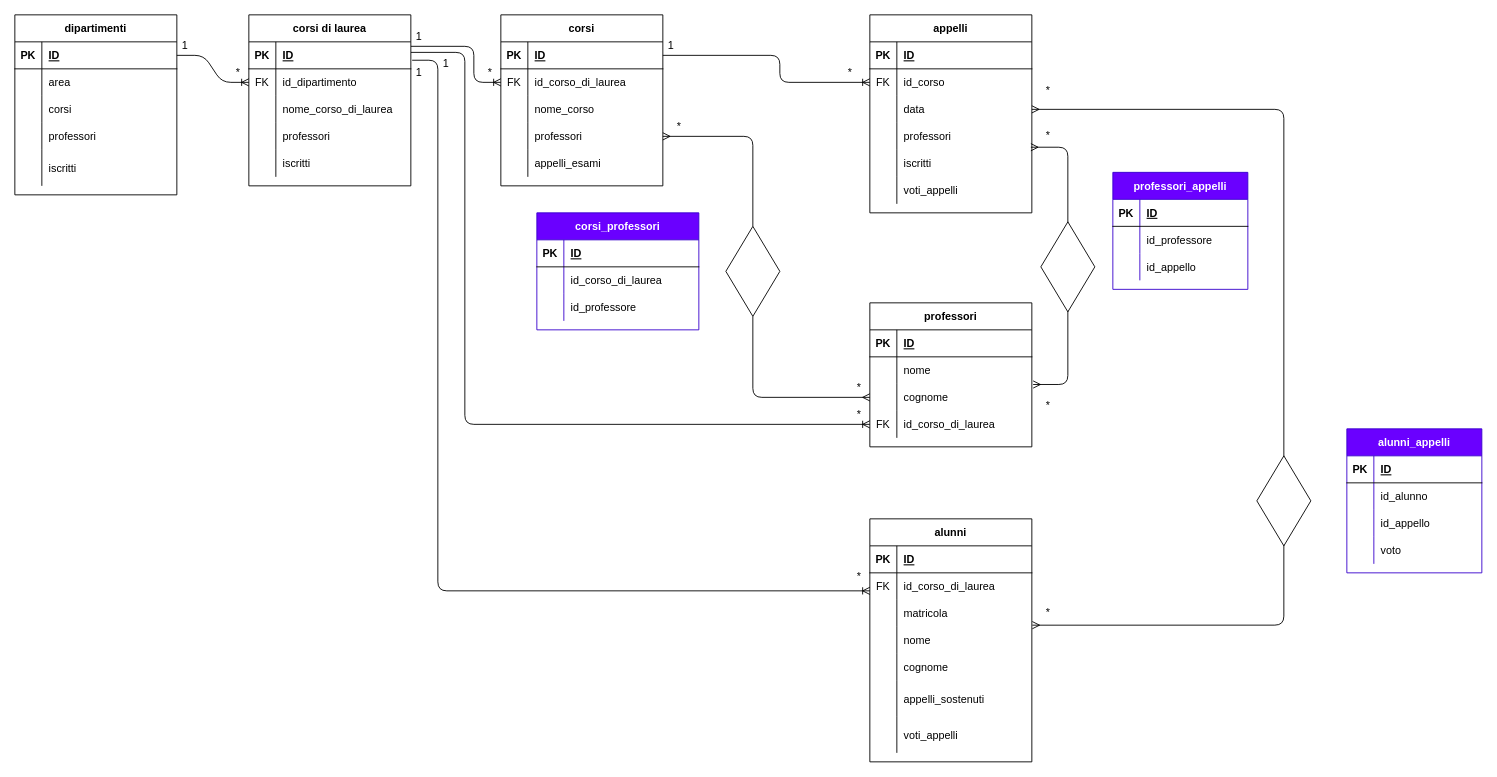
Mattia-Fasulo/db-university keeps this draw.io diagram as bd-university.drawio. Above is the earlier version. Source tidied: cells renumbered, new cells numbered last; positions are measured from the earlier drawing's top-left corner, leaving out a move shared by most shapes. Both pictures are drawn from the tidied source at 90%, with x=0, y=0 at pixel (14, 14).
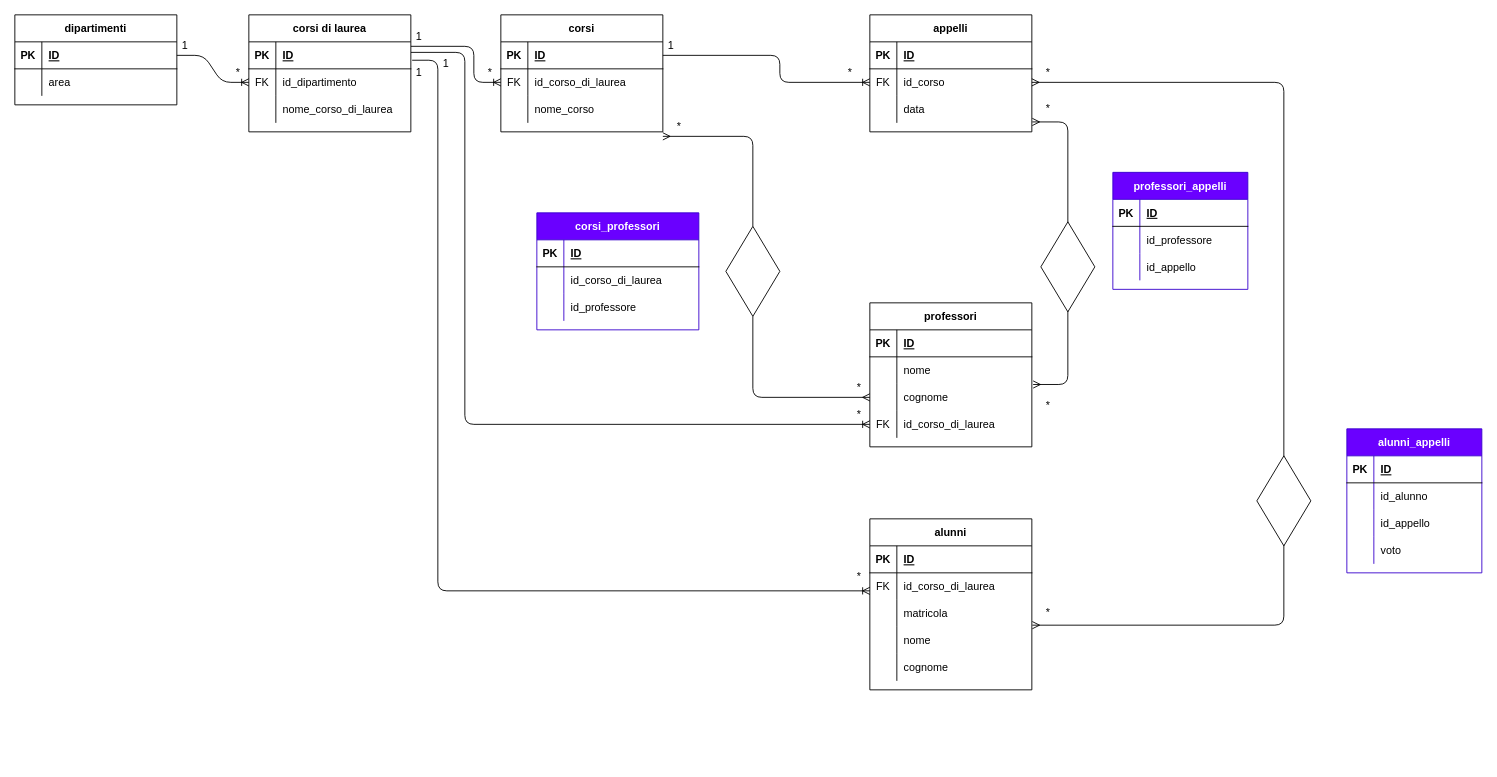
The same page after the edit.

Commit message:
clean tables

The change refers to these unchanged cells:
```xml
<mxCell id="54" style="shape=partialRectangle;fillColor=none;top=0;left=0;bottom=0;right=0;points=[[0,0.5],[1,0.5]];portConstraint=eastwest;" parent="50" vertex="1">
  <mxGeometry y="60" width="180" height="30" as="geometry" />
</mxCell>
<mxCell id="57" style="shape=partialRectangle;fillColor=none;top=0;left=0;bottom=0;right=0;points=[[0,0.5],[1,0.5]];portConstraint=eastwest;" parent="50" vertex="1">
  <mxGeometry y="90" width="180" height="30" as="geometry" />
</mxCell>
<mxCell id="79" style="shape=partialRectangle;fillColor=none;top=0;left=0;bottom=0;right=0;points=[[0,0.5],[1,0.5]];portConstraint=eastwest;" parent="69" vertex="1">
  <mxGeometry y="120" width="180" height="30" as="geometry" />
</mxCell>
<mxCell id="95" style="shape=partialRectangle;fillColor=none;top=0;left=0;bottom=0;right=0;points=[[0,0.5],[1,0.5]];portConstraint=eastwest;" parent="91" vertex="1">
  <mxGeometry y="60" width="180" height="30" as="geometry" />
</mxCell>
<mxCell id="132" style="shape=rhombus;perimeter=rhombusPerimeter;whiteSpace=wrap;html=1;align=center;" parent="1" vertex="1">
  <mxGeometry x="790" y="235" width="60" height="100" as="geometry" />
</mxCell>
```

What changed in the source:
```diff
@@
     <mxCell id="2" value="dipartimenti" style="shape=table;startSize=30;childLayout=tableLayout;rowLines=0;fontStyle=1;align=center;" parent="1" vertex="1">
-      <mxGeometry width="180" height="200" as="geometry" />
+      <mxGeometry width="180" height="100" as="geometry" />
     </mxCell>
@@
-    <mxCell id="9" style="shape=partialRectangle;fillColor=none;top=0;left=0;bottom=0;right=0;" parent="2" vertex="1">
-      <mxGeometry y="90" width="180" height="30" as="geometry" />
-    </mxCell>
-    <mxCell id="10" style="shape=partialRectangle;fillColor=none;top=0;left=0;bottom=0;right=0;overflow=hidden;" parent="9" vertex="1">
-      <mxGeometry width="30" height="30" as="geometry" />
-    </mxCell>
-    <mxCell id="11" value="corsi" style="shape=partialRectangle;fillColor=none;top=0;left=0;bottom=0;right=0;align=left;spacingLeft=6;overflow=hidden;" parent="9" vertex="1">
-      <mxGeometry x="30" width="150" height="30" as="geometry" />
-    </mxCell>
-    <mxCell id="12" style="shape=partialRectangle;fillColor=none;top=0;left=0;bottom=0;right=0;" parent="2" vertex="1">
-      <mxGeometry y="120" width="180" height="30" as="geometry" />
-    </mxCell>
-    <mxCell id="13" style="shape=partialRectangle;fillColor=none;top=0;left=0;bottom=0;right=0;overflow=hidden;" parent="12" vertex="1">
-      <mxGeometry width="30" height="30" as="geometry" />
-    </mxCell>
-    <mxCell id="14" value="professori" style="shape=partialRectangle;fillColor=none;top=0;left=0;bottom=0;right=0;align=left;spacingLeft=6;overflow=hidden;" parent="12" vertex="1">
-      <mxGeometry x="30" width="150" height="30" as="geometry" />
-    </mxCell>
-    <mxCell id="15" style="shape=partialRectangle;fillColor=none;top=0;left=0;bottom=0;right=0;" parent="2" vertex="1">
-      <mxGeometry y="150" width="180" height="40" as="geometry" />
-    </mxCell>
-    <mxCell id="16" style="shape=partialRectangle;fillColor=none;top=0;left=0;bottom=0;right=0;overflow=hidden;" parent="15" vertex="1">
-      <mxGeometry width="30" height="40" as="geometry" />
-    </mxCell>
-    <mxCell id="17" value="iscritti" style="shape=partialRectangle;fillColor=none;top=0;left=0;bottom=0;right=0;align=left;spacingLeft=6;overflow=hidden;" parent="15" vertex="1">
-      <mxGeometry x="30" width="150" height="40" as="geometry" />
-    </mxCell>
     <mxCell id="18" value="corsi di laurea" style="shape=table;startSize=30;childLayout=tableLayout;rowLines=0;fontStyle=1;align=center;" parent="1" vertex="1">
-      <mxGeometry x="260" width="180" height="190" as="geometry" />
+      <mxGeometry x="260" width="180" height="130" as="geometry" />
     </mxCell>
@@
-    <mxCell id="28" style="shape=partialRectangle;fillColor=none;top=0;left=0;bottom=0;right=0;" parent="18" vertex="1">
-      <mxGeometry y="120" width="180" height="30" as="geometry" />
-    </mxCell>
-    <mxCell id="29" style="shape=partialRectangle;fillColor=none;top=0;left=0;bottom=0;right=0;overflow=hidden;" parent="28" vertex="1">
-      <mxGeometry width="30" height="30" as="geometry" />
-    </mxCell>
-    <mxCell id="30" value="professori" style="shape=partialRectangle;fillColor=none;top=0;left=0;bottom=0;right=0;align=left;spacingLeft=6;overflow=hidden;" parent="28" vertex="1">
-      <mxGeometry x="30" width="150" height="30" as="geometry" />
-    </mxCell>
-    <mxCell id="31" style="shape=partialRectangle;fillColor=none;top=0;left=0;bottom=0;right=0;" parent="18" vertex="1">
-      <mxGeometry y="150" width="180" height="30" as="geometry" />
-    </mxCell>
-    <mxCell id="32" style="shape=partialRectangle;fillColor=none;top=0;left=0;bottom=0;right=0;overflow=hidden;" parent="31" vertex="1">
-      <mxGeometry width="30" height="30" as="geometry" />
-    </mxCell>
-    <mxCell id="33" value="iscritti" style="shape=partialRectangle;fillColor=none;top=0;left=0;bottom=0;right=0;align=left;spacingLeft=6;overflow=hidden;" parent="31" vertex="1">
-      <mxGeometry x="30" width="150" height="30" as="geometry" />
-    </mxCell>
     <mxCell id="34" value="corsi" style="shape=table;startSize=30;childLayout=tableLayout;rowLines=0;fontStyle=1;align=center;" parent="1" vertex="1">
-      <mxGeometry x="540" width="180" height="190" as="geometry" />
+      <mxGeometry x="540" width="180" height="130" as="geometry" />
     </mxCell>
@@
-    <mxCell id="44" style="shape=partialRectangle;fillColor=none;top=0;left=0;bottom=0;right=0;points=[[0,0.5],[1,0.5]];portConstraint=eastwest;" parent="34" vertex="1">
-      <mxGeometry y="120" width="180" height="30" as="geometry" />
-    </mxCell>
-    <mxCell id="45" style="shape=partialRectangle;fillColor=none;top=0;left=0;bottom=0;right=0;overflow=hidden;" parent="44" vertex="1">
-      <mxGeometry width="30" height="30" as="geometry" />
-    </mxCell>
-    <mxCell id="46" value="professori" style="shape=partialRectangle;fillColor=none;top=0;left=0;bottom=0;right=0;align=left;spacingLeft=6;overflow=hidden;" parent="44" vertex="1">
-      <mxGeometry x="30" width="150" height="30" as="geometry" />
-    </mxCell>
-    <mxCell id="47" style="shape=partialRectangle;fillColor=none;top=0;left=0;bottom=0;right=0;" parent="34" vertex="1">
-      <mxGeometry y="150" width="180" height="30" as="geometry" />
-    </mxCell>
-    <mxCell id="48" style="shape=partialRectangle;fillColor=none;top=0;left=0;bottom=0;right=0;overflow=hidden;" parent="47" vertex="1">
-      <mxGeometry width="30" height="30" as="geometry" />
-    </mxCell>
-    <mxCell id="49" value="appelli_esami" style="shape=partialRectangle;fillColor=none;top=0;left=0;bottom=0;right=0;align=left;spacingLeft=6;overflow=hidden;" parent="47" vertex="1">
-      <mxGeometry x="30" width="150" height="30" as="geometry" />
-    </mxCell>
     <mxCell id="50" value="appelli" style="shape=table;startSize=30;childLayout=tableLayout;rowLines=0;fontStyle=1;align=center;" parent="1" vertex="1">
-      <mxGeometry x="950" width="180" height="220" as="geometry" />
+      <mxGeometry x="950" width="180" height="130" as="geometry" />
     </mxCell>
@@
-    <mxCell id="60" style="shape=partialRectangle;fillColor=none;top=0;left=0;bottom=0;right=0;" parent="50" vertex="1">
-      <mxGeometry y="120" width="180" height="30" as="geometry" />
-    </mxCell>
-    <mxCell id="61" style="shape=partialRectangle;fillColor=none;top=0;left=0;bottom=0;right=0;overflow=hidden;" parent="60" vertex="1">
-      <mxGeometry width="30" height="30" as="geometry" />
-    </mxCell>
-    <mxCell id="62" value="professori" style="shape=partialRectangle;fillColor=none;top=0;left=0;bottom=0;right=0;align=left;spacingLeft=6;overflow=hidden;" parent="60" vertex="1">
-      <mxGeometry x="30" width="150" height="30" as="geometry" />
-    </mxCell>
-    <mxCell id="63" style="shape=partialRectangle;fillColor=none;top=0;left=0;bottom=0;right=0;points=[[0,0.5],[1,0.5]];portConstraint=eastwest;" parent="50" vertex="1">
-      <mxGeometry y="150" width="180" height="30" as="geometry" />
-    </mxCell>
-    <mxCell id="64" style="shape=partialRectangle;fillColor=none;top=0;left=0;bottom=0;right=0;overflow=hidden;" parent="63" vertex="1">
-      <mxGeometry width="30" height="30" as="geometry" />
-    </mxCell>
-    <mxCell id="65" value="iscritti" style="shape=partialRectangle;fillColor=none;top=0;left=0;bottom=0;right=0;align=left;spacingLeft=6;overflow=hidden;" parent="63" vertex="1">
-      <mxGeometry x="30" width="150" height="30" as="geometry" />
-    </mxCell>
-    <mxCell id="66" style="shape=partialRectangle;fillColor=none;top=0;left=0;bottom=0;right=0;" parent="50" vertex="1">
-      <mxGeometry y="180" width="180" height="30" as="geometry" />
-    </mxCell>
-    <mxCell id="67" style="shape=partialRectangle;fillColor=none;top=0;left=0;bottom=0;right=0;overflow=hidden;" parent="66" vertex="1">
-      <mxGeometry width="30" height="30" as="geometry" />
-    </mxCell>
-    <mxCell id="68" value="voti_appelli" style="shape=partialRectangle;fillColor=none;top=0;left=0;bottom=0;right=0;align=left;spacingLeft=6;overflow=hidden;" parent="66" vertex="1">
-      <mxGeometry x="30" width="150" height="30" as="geometry" />
-    </mxCell>
     <mxCell id="69" value="alunni" style="shape=table;startSize=30;childLayout=tableLayout;rowLines=0;fontStyle=1;align=center;" parent="1" vertex="1">
-      <mxGeometry x="950" y="560" width="180" height="270" as="geometry" />
+      <mxGeometry x="950" y="560" width="180" height="190" as="geometry" />
     </mxCell>
@@
-    <mxCell id="85" style="shape=partialRectangle;fillColor=none;top=0;left=0;bottom=0;right=0;" parent="69" vertex="1">
-      <mxGeometry y="180" width="180" height="40" as="geometry" />
-    </mxCell>
-    <mxCell id="86" style="shape=partialRectangle;fillColor=none;top=0;left=0;bottom=0;right=0;overflow=hidden;" parent="85" vertex="1">
-      <mxGeometry width="30" height="40" as="geometry" />
-    </mxCell>
-    <mxCell id="87" value="appelli_sostenuti" style="shape=partialRectangle;fillColor=none;top=0;left=0;bottom=0;right=0;align=left;spacingLeft=6;overflow=hidden;" parent="85" vertex="1">
-      <mxGeometry x="30" width="150" height="40" as="geometry" />
-    </mxCell>
-    <mxCell id="88" style="shape=partialRectangle;fillColor=none;top=0;left=0;bottom=0;right=0;" parent="69" vertex="1">
-      <mxGeometry y="220" width="180" height="40" as="geometry" />
-    </mxCell>
-    <mxCell id="89" style="shape=partialRectangle;fillColor=none;top=0;left=0;bottom=0;right=0;overflow=hidden;" parent="88" vertex="1">
-      <mxGeometry width="30" height="40" as="geometry" />
-    </mxCell>
-    <mxCell id="90" value="voti_appelli" style="shape=partialRectangle;fillColor=none;top=0;left=0;bottom=0;right=0;align=left;spacingLeft=6;overflow=hidden;" parent="88" vertex="1">
-      <mxGeometry x="30" width="150" height="40" as="geometry" />
-    </mxCell>
@@
-    <mxCell id="133" style="edgeStyle=orthogonalEdgeStyle;fontSize=12;html=1;endArrow=none;startArrow=ERmany;exitX=1;exitY=0.5;exitDx=0;exitDy=0;entryX=0.5;entryY=0;entryDx=0;entryDy=0;" parent="1" edge="1" source="44" target="132">
+    <mxCell id="133" style="edgeStyle=orthogonalEdgeStyle;fontSize=12;html=1;endArrow=none;startArrow=ERmany;exitX=1;exitY=0.5;exitDx=0;exitDy=0;entryX=0.5;entryY=0;entryDx=0;entryDy=0;" parent="1" edge="1" target="132">
       <mxGeometry relative="1" as="geometry">
+        <mxPoint x="720" y="135" as="sourcePoint" />
         <Array as="points">
           <mxPoint x="820" y="135" />
         </Array>
       </mxGeometry>
     </mxCell>
-    <mxCell id="134" style="edgeStyle=orthogonalEdgeStyle;fontSize=12;html=1;endArrow=ERmany;startArrow=ERmany;exitX=0.994;exitY=-0.098;exitDx=0;exitDy=0;exitPerimeter=0;entryX=1.008;entryY=1.024;entryDx=0;entryDy=0;entryPerimeter=0;" parent="1" edge="1" source="63" target="95">
+    <mxCell id="134" style="edgeStyle=orthogonalEdgeStyle;fontSize=12;html=1;endArrow=ERmany;startArrow=ERmany;entryX=1.008;entryY=1.024;entryDx=0;entryDy=0;entryPerimeter=0;exitX=1.003;exitY=0.966;exitDx=0;exitDy=0;exitPerimeter=0;" parent="1" edge="1" source="57" target="95">
       <mxGeometry relative="1" as="geometry">
         <Array as="points">
-          <mxPoint x="1170" y="147" />
+          <mxPoint x="1170" y="119" />
           <mxPoint x="1170" y="411" />
         </Array>
       </mxGeometry>
     </mxCell>
-    <mxCell id="135" style="edgeStyle=orthogonalEdgeStyle;fontSize=12;html=1;endArrow=ERmany;startArrow=ERmany;exitX=1;exitY=0.5;exitDx=0;exitDy=0;entryX=1.003;entryY=-0.062;entryDx=0;entryDy=0;entryPerimeter=0;" parent="1" edge="1" source="57" target="79">
+    <mxCell id="135" style="edgeStyle=orthogonalEdgeStyle;fontSize=12;html=1;endArrow=ERmany;startArrow=ERmany;exitX=1;exitY=0.5;exitDx=0;exitDy=0;entryX=1.003;entryY=-0.062;entryDx=0;entryDy=0;entryPerimeter=0;" parent="1" edge="1" source="54" target="79">
       <mxGeometry relative="1" as="geometry">
         <Array as="points">
-          <mxPoint x="1410" y="105" />
+          <mxPoint x="1410" y="75" />
           <mxPoint x="1410" y="678" />
         </Array>
       </mxGeometry>
     </mxCell>
@@
     <mxCell id="148" value="*" style="text;strokeColor=none;fillColor=none;spacingLeft=4;spacingRight=4;overflow=hidden;fontSize=12;" parent="1" vertex="1">
-      <mxGeometry x="1140" y="120" width="40" height="30" as="geometry" />
+      <mxGeometry x="1140" y="90" width="40" height="30" as="geometry" />
     </mxCell>
     <mxCell id="149" value="*" style="text;strokeColor=none;fillColor=none;spacingLeft=4;spacingRight=4;overflow=hidden;fontSize=12;" parent="1" vertex="1">
-      <mxGeometry x="1140" y="70" width="40" height="30" as="geometry" />
+      <mxGeometry x="1140" y="50" width="40" height="30" as="geometry" />
     </mxCell>
```
